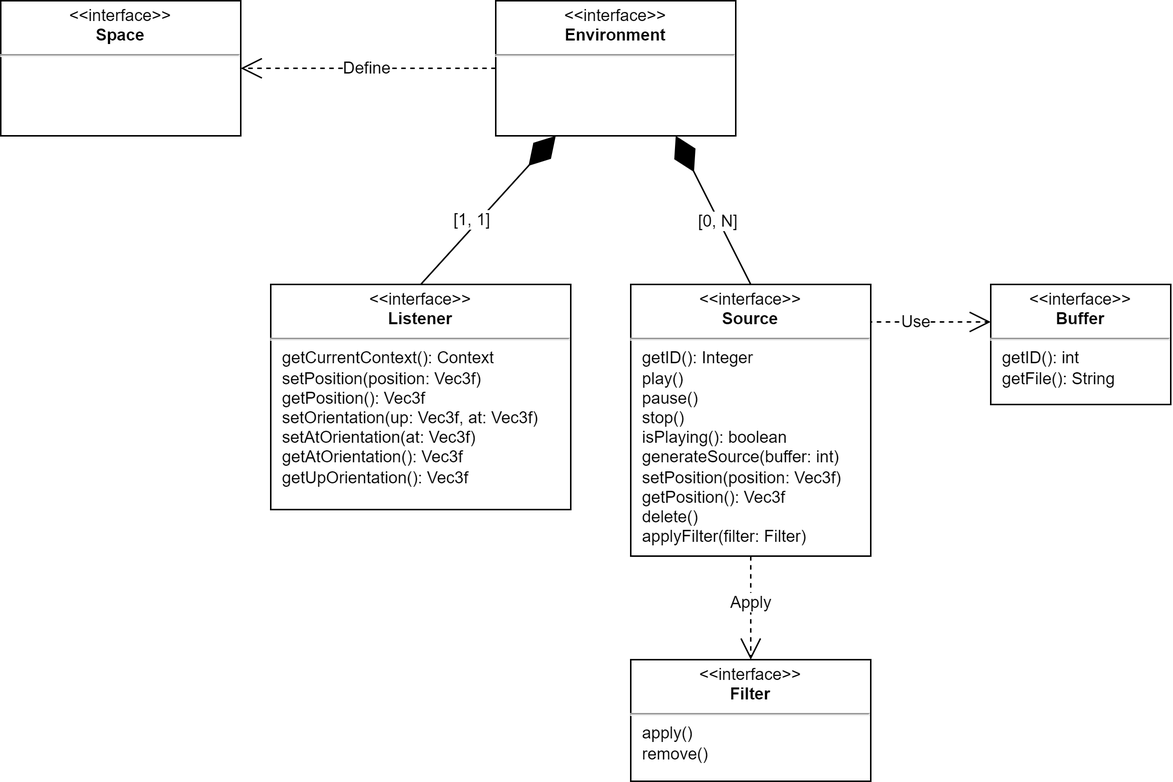
Above: doc/report/LaTeX/img/analysis.png in nmusso/OOP21-saudio-sim (draw.io), before the change. Source tidied: cells renumbered, new cells last; positions are measured from the earlier drawing's top-left corner, leaving out a move shared by most shapes. The source it was exported from:
```xml
<mxGraphModel>
  <root>
    <mxCell id="0" />
    <mxCell id="1" parent="0" />
    <mxCell id="2" style="endArrow=diamondThin;endFill=1;endSize=24;html=1;rounded=0;exitX=0.5;exitY=0;exitDx=0;exitDy=0;entryX=0.75;entryY=1;entryDx=0;entryDy=0;" parent="1" edge="1" source="9" target="14">
      <mxGeometry relative="1" as="geometry" />
    </mxCell>
    <mxCell id="3" value="[0, N]" style="edgeLabel;html=1;align=center;verticalAlign=middle;" parent="2" vertex="1">
      <mxGeometry x="-0.43" y="1" relative="1" as="geometry">
        <mxPoint x="-8" y="-15" as="offset" />
      </mxGeometry>
    </mxCell>
    <mxCell id="4" style="endArrow=diamondThin;endFill=1;endSize=24;html=1;rounded=0;exitX=0.5;exitY=0;exitDx=0;exitDy=0;entryX=0.25;entryY=1;entryDx=0;entryDy=0;" parent="1" edge="1" source="10" target="14">
      <mxGeometry relative="1" as="geometry" />
    </mxCell>
    <mxCell id="5" value="[1, 1]" style="edgeLabel;html=1;align=center;verticalAlign=middle;" parent="4" vertex="1">
      <mxGeometry x="-0.23" y="-1" relative="1" as="geometry">
        <mxPoint x="-2" y="-6" as="offset" />
      </mxGeometry>
    </mxCell>
    <mxCell id="6" value="Use" style="endArrow=open;endSize=12;dashed=1;html=1;rounded=0;exitX=1;exitY=0.5;exitDx=0;exitDy=0;entryX=0;entryY=0.5;entryDx=0;entryDy=0;" parent="1" edge="1">
      <mxGeometry relative="1" as="geometry">
        <mxPoint x="560" y="214" as="sourcePoint" />
        <mxPoint x="660" y="214" as="targetPoint" />
      </mxGeometry>
    </mxCell>
    <mxCell id="7" value="Apply" style="endArrow=open;endSize=12;dashed=1;html=1;rounded=0;exitX=0.5;exitY=1;exitDx=0;exitDy=0;entryX=0.5;entryY=0;entryDx=0;entryDy=0;" parent="1" edge="1" source="9" target="11">
      <mxGeometry x="-0.09" relative="1" as="geometry" />
    </mxCell>
    <mxCell id="8" value="Define" style="endArrow=open;endSize=12;dashed=1;html=1;rounded=0;exitX=0;exitY=0.5;exitDx=0;exitDy=0;entryX=1;entryY=0.5;entryDx=0;entryDy=0;" parent="1" edge="1" source="14" target="13">
      <mxGeometry relative="1" as="geometry" />
    </mxCell>
    <mxCell id="9" value="&lt;p style=&quot;margin: 4px 0px 0px ; text-align: center ; font-size: 11px&quot;&gt;&amp;lt;&amp;lt;interface&amp;gt;&amp;gt;&lt;br style=&quot;font-size: 11px&quot;&gt;&lt;b style=&quot;font-size: 11px&quot;&gt;Source&lt;/b&gt;&lt;/p&gt;&lt;hr style=&quot;font-size: 11px&quot;&gt;&lt;p style=&quot;margin: 0px 0px 0px 8px ; font-size: 11px&quot;&gt;getID(): Integer&lt;/p&gt;&lt;p style=&quot;margin: 0px 0px 0px 8px ; font-size: 11px&quot;&gt;play()&lt;/p&gt;&lt;p style=&quot;margin: 0px 0px 0px 8px ; font-size: 11px&quot;&gt;pause()&lt;/p&gt;&lt;p style=&quot;margin: 0px 0px 0px 8px ; font-size: 11px&quot;&gt;stop()&lt;/p&gt;&lt;p style=&quot;margin: 0px 0px 0px 8px ; font-size: 11px&quot;&gt;isPlaying(): boolean&lt;/p&gt;&lt;p style=&quot;margin: 0px 0px 0px 8px ; font-size: 11px&quot;&gt;generateSource(buffer: int)&lt;/p&gt;&lt;p style=&quot;margin: 0px 0px 0px 8px ; font-size: 11px&quot;&gt;setPosition(position: Vec3f)&lt;/p&gt;&lt;p style=&quot;margin: 0px 0px 0px 8px ; font-size: 11px&quot;&gt;getPosition(): Vec3f&lt;/p&gt;&lt;p style=&quot;margin: 0px 0px 0px 8px ; font-size: 11px&quot;&gt;delete()&lt;/p&gt;&lt;p style=&quot;margin: 0px 0px 0px 8px ; font-size: 11px&quot;&gt;applyFilter(filter: Filter)&lt;/p&gt;" style="verticalAlign=top;align=left;overflow=fill;fontSize=11;fontFamily=Helvetica;html=1;" parent="1" vertex="1">
      <mxGeometry x="420" y="189" width="160" height="181" as="geometry" />
    </mxCell>
    <mxCell id="10" value="&lt;p style=&quot;margin: 4px 0px 0px; text-align: center; font-size: 11px;&quot;&gt;&amp;lt;&amp;lt;interface&amp;gt;&amp;gt;&lt;br style=&quot;font-size: 11px;&quot;&gt;&lt;b style=&quot;font-size: 11px;&quot;&gt;Listener&lt;/b&gt;&lt;/p&gt;&lt;hr style=&quot;font-size: 11px;&quot;&gt;&lt;p style=&quot;margin: 0px 0px 0px 8px; font-size: 11px;&quot;&gt;getCurrentContext(): Context&lt;br style=&quot;font-size: 11px;&quot;&gt;setPosition(position: Vec3f)&lt;/p&gt;&lt;p style=&quot;margin: 0px 0px 0px 8px; font-size: 11px;&quot;&gt;getPosition(): Vec3f&lt;/p&gt;&lt;p style=&quot;margin: 0px 0px 0px 8px; font-size: 11px;&quot;&gt;setOrientation(up: Vec3f, at: Vec3f)&lt;/p&gt;&lt;p style=&quot;margin: 0px 0px 0px 8px; font-size: 11px;&quot;&gt;setAtOrientation(at: Vec3f)&lt;/p&gt;&lt;p style=&quot;margin: 0px 0px 0px 8px; font-size: 11px;&quot;&gt;getAtOrientation(): Vec3f&lt;/p&gt;&lt;p style=&quot;margin: 0px 0px 0px 8px; font-size: 11px;&quot;&gt;getUpOrientation(): Vec3f&lt;/p&gt;&lt;p style=&quot;margin: 0px 0px 0px 8px; font-size: 11px;&quot;&gt;&lt;br style=&quot;font-size: 11px;&quot;&gt;&lt;/p&gt;" style="verticalAlign=top;align=left;overflow=fill;fontSize=11;fontFamily=Helvetica;html=1;" parent="1" vertex="1">
      <mxGeometry x="180" y="189" width="200" height="150" as="geometry" />
    </mxCell>
    <mxCell id="11" value="&lt;p style=&quot;margin: 4px 0px 0px; text-align: center; font-size: 11px;&quot;&gt;&amp;lt;&amp;lt;interface&amp;gt;&amp;gt;&lt;br style=&quot;font-size: 11px;&quot;&gt;&lt;b style=&quot;font-size: 11px;&quot;&gt;Filter&lt;/b&gt;&lt;/p&gt;&lt;hr style=&quot;font-size: 11px;&quot;&gt;&lt;p style=&quot;margin: 0px 0px 0px 8px; font-size: 11px;&quot;&gt;apply()&lt;/p&gt;&lt;p style=&quot;margin: 0px 0px 0px 8px; font-size: 11px;&quot;&gt;remove()&lt;/p&gt;" style="verticalAlign=top;align=left;overflow=fill;fontSize=11;fontFamily=Helvetica;html=1;" parent="1" vertex="1">
      <mxGeometry x="420" y="439" width="160" height="81" as="geometry" />
    </mxCell>
    <mxCell id="12" value="&lt;p style=&quot;margin: 4px 0px 0px; text-align: center; font-size: 11px;&quot;&gt;&amp;lt;&amp;lt;interface&amp;gt;&amp;gt;&lt;br style=&quot;font-size: 11px;&quot;&gt;&lt;span style=&quot;font-weight: bold; font-size: 11px;&quot;&gt;Buffer&lt;/span&gt;&lt;/p&gt;&lt;hr style=&quot;font-size: 11px;&quot;&gt;&lt;p style=&quot;margin: 0px 0px 0px 8px; font-size: 11px;&quot;&gt;getID(): int&lt;/p&gt;&lt;p style=&quot;margin: 0px 0px 0px 8px; font-size: 11px;&quot;&gt;getFile(): String&lt;/p&gt;" style="verticalAlign=top;align=left;overflow=fill;fontSize=11;fontFamily=Helvetica;html=1;" parent="1" vertex="1">
      <mxGeometry x="660" y="189" width="120" height="80" as="geometry" />
    </mxCell>
    <mxCell id="13" value="&lt;p style=&quot;margin: 4px 0px 0px; text-align: center; font-size: 11px;&quot;&gt;&amp;lt;&amp;lt;interface&amp;gt;&amp;gt;&lt;br style=&quot;font-size: 11px;&quot;&gt;&lt;b style=&quot;font-size: 11px;&quot;&gt;Space&lt;/b&gt;&lt;/p&gt;&lt;hr style=&quot;font-size: 11px;&quot;&gt;&lt;p style=&quot;margin: 0px 0px 0px 8px; font-size: 11px;&quot;&gt;&lt;br style=&quot;font-size: 11px;&quot;&gt;&lt;/p&gt;" style="verticalAlign=top;align=left;overflow=fill;fontSize=11;fontFamily=Helvetica;html=1;" parent="1" vertex="1">
      <mxGeometry width="160" height="90" as="geometry" />
    </mxCell>
    <mxCell id="14" value="&lt;p style=&quot;margin: 4px 0px 0px; text-align: center; font-size: 11px;&quot;&gt;&amp;lt;&amp;lt;interface&amp;gt;&amp;gt;&lt;br style=&quot;font-size: 11px;&quot;&gt;&lt;b style=&quot;font-size: 11px;&quot;&gt;Environment&lt;/b&gt;&lt;/p&gt;&lt;hr style=&quot;font-size: 11px;&quot;&gt;&lt;p style=&quot;margin: 0px 0px 0px 8px; font-size: 11px;&quot;&gt;&lt;br style=&quot;font-size: 11px;&quot;&gt;&lt;/p&gt;" style="verticalAlign=top;align=left;overflow=fill;fontSize=11;fontFamily=Helvetica;html=1;" parent="1" vertex="1">
      <mxGeometry x="330" width="160" height="90" as="geometry" />
    </mxCell>
  </root>
</mxGraphModel>
```
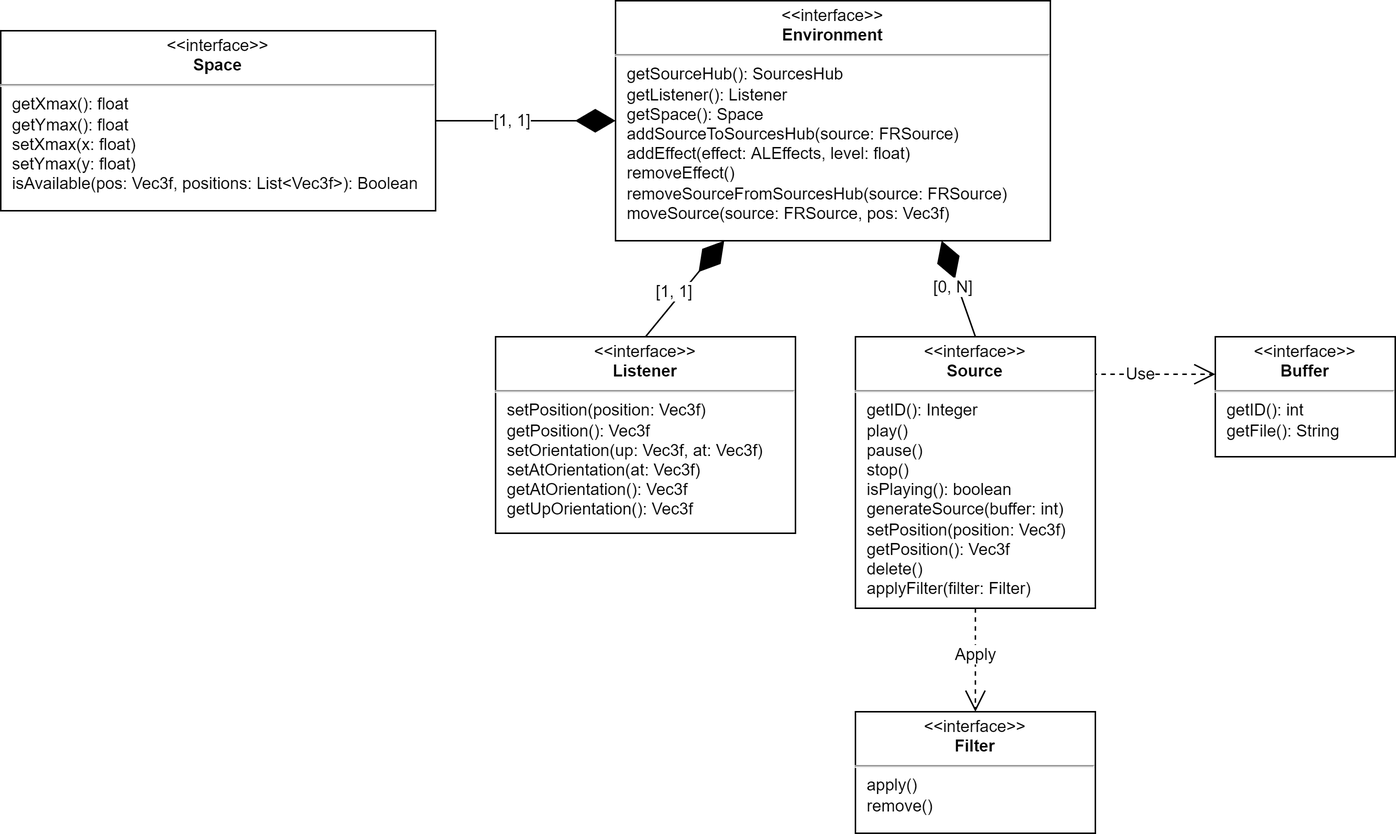
Above is the later version.

Diff of the diagram source:
```diff
@@ -27,14 +27,11 @@
     <mxCell id="7" value="Apply" style="endArrow=open;endSize=12;dashed=1;html=1;rounded=0;exitX=0.5;exitY=1;exitDx=0;exitDy=0;entryX=0.5;entryY=0;entryDx=0;entryDy=0;" parent="1" edge="1" source="9" target="11">
       <mxGeometry x="-0.09" relative="1" as="geometry" />
     </mxCell>
-    <mxCell id="8" value="Define" style="endArrow=open;endSize=12;dashed=1;html=1;rounded=0;exitX=0;exitY=0.5;exitDx=0;exitDy=0;entryX=1;entryY=0.5;entryDx=0;entryDy=0;" parent="1" edge="1" source="14" target="13">
-      <mxGeometry relative="1" as="geometry" />
-    </mxCell>
     <mxCell id="9" value="&lt;p style=&quot;margin: 4px 0px 0px ; text-align: center ; font-size: 11px&quot;&gt;&amp;lt;&amp;lt;interface&amp;gt;&amp;gt;&lt;br style=&quot;font-size: 11px&quot;&gt;&lt;b style=&quot;font-size: 11px&quot;&gt;Source&lt;/b&gt;&lt;/p&gt;&lt;hr style=&quot;font-size: 11px&quot;&gt;&lt;p style=&quot;margin: 0px 0px 0px 8px ; font-size: 11px&quot;&gt;getID(): Integer&lt;/p&gt;&lt;p style=&quot;margin: 0px 0px 0px 8px ; font-size: 11px&quot;&gt;play()&lt;/p&gt;&lt;p style=&quot;margin: 0px 0px 0px 8px ; font-size: 11px&quot;&gt;pause()&lt;/p&gt;&lt;p style=&quot;margin: 0px 0px 0px 8px ; font-size: 11px&quot;&gt;stop()&lt;/p&gt;&lt;p style=&quot;margin: 0px 0px 0px 8px ; font-size: 11px&quot;&gt;isPlaying(): boolean&lt;/p&gt;&lt;p style=&quot;margin: 0px 0px 0px 8px ; font-size: 11px&quot;&gt;generateSource(buffer: int)&lt;/p&gt;&lt;p style=&quot;margin: 0px 0px 0px 8px ; font-size: 11px&quot;&gt;setPosition(position: Vec3f)&lt;/p&gt;&lt;p style=&quot;margin: 0px 0px 0px 8px ; font-size: 11px&quot;&gt;getPosition(): Vec3f&lt;/p&gt;&lt;p style=&quot;margin: 0px 0px 0px 8px ; font-size: 11px&quot;&gt;delete()&lt;/p&gt;&lt;p style=&quot;margin: 0px 0px 0px 8px ; font-size: 11px&quot;&gt;applyFilter(filter: Filter)&lt;/p&gt;" style="verticalAlign=top;align=left;overflow=fill;fontSize=11;fontFamily=Helvetica;html=1;" parent="1" vertex="1">
       <mxGeometry x="420" y="189" width="160" height="181" as="geometry" />
     </mxCell>
-    <mxCell id="10" value="&lt;p style=&quot;margin: 4px 0px 0px; text-align: center; font-size: 11px;&quot;&gt;&amp;lt;&amp;lt;interface&amp;gt;&amp;gt;&lt;br style=&quot;font-size: 11px;&quot;&gt;&lt;b style=&quot;font-size: 11px;&quot;&gt;Listener&lt;/b&gt;&lt;/p&gt;&lt;hr style=&quot;font-size: 11px;&quot;&gt;&lt;p style=&quot;margin: 0px 0px 0px 8px; font-size: 11px;&quot;&gt;getCurrentContext(): Context&lt;br style=&quot;font-size: 11px;&quot;&gt;setPosition(position: Vec3f)&lt;/p&gt;&lt;p style=&quot;margin: 0px 0px 0px 8px; font-size: 11px;&quot;&gt;getPosition(): Vec3f&lt;/p&gt;&lt;p style=&quot;margin: 0px 0px 0px 8px; font-size: 11px;&quot;&gt;setOrientation(up: Vec3f, at: Vec3f)&lt;/p&gt;&lt;p style=&quot;margin: 0px 0px 0px 8px; font-size: 11px;&quot;&gt;setAtOrientation(at: Vec3f)&lt;/p&gt;&lt;p style=&quot;margin: 0px 0px 0px 8px; font-size: 11px;&quot;&gt;getAtOrientation(): Vec3f&lt;/p&gt;&lt;p style=&quot;margin: 0px 0px 0px 8px; font-size: 11px;&quot;&gt;getUpOrientation(): Vec3f&lt;/p&gt;&lt;p style=&quot;margin: 0px 0px 0px 8px; font-size: 11px;&quot;&gt;&lt;br style=&quot;font-size: 11px;&quot;&gt;&lt;/p&gt;" style="verticalAlign=top;align=left;overflow=fill;fontSize=11;fontFamily=Helvetica;html=1;" parent="1" vertex="1">
-      <mxGeometry x="180" y="189" width="200" height="150" as="geometry" />
+    <mxCell id="10" value="&lt;p style=&quot;margin: 4px 0px 0px ; text-align: center ; font-size: 11px&quot;&gt;&amp;lt;&amp;lt;interface&amp;gt;&amp;gt;&lt;br style=&quot;font-size: 11px&quot;&gt;&lt;b style=&quot;font-size: 11px&quot;&gt;Listener&lt;/b&gt;&lt;/p&gt;&lt;hr style=&quot;font-size: 11px&quot;&gt;&lt;p style=&quot;margin: 0px 0px 0px 8px ; font-size: 11px&quot;&gt;setPosition(position: Vec3f)&lt;/p&gt;&lt;p style=&quot;margin: 0px 0px 0px 8px ; font-size: 11px&quot;&gt;getPosition(): Vec3f&lt;/p&gt;&lt;p style=&quot;margin: 0px 0px 0px 8px ; font-size: 11px&quot;&gt;setOrientation(up: Vec3f, at: Vec3f)&lt;/p&gt;&lt;p style=&quot;margin: 0px 0px 0px 8px ; font-size: 11px&quot;&gt;setAtOrientation(at: Vec3f)&lt;/p&gt;&lt;p style=&quot;margin: 0px 0px 0px 8px ; font-size: 11px&quot;&gt;getAtOrientation(): Vec3f&lt;/p&gt;&lt;p style=&quot;margin: 0px 0px 0px 8px ; font-size: 11px&quot;&gt;getUpOrientation(): Vec3f&lt;/p&gt;&lt;p style=&quot;margin: 0px 0px 0px 8px ; font-size: 11px&quot;&gt;&lt;br style=&quot;font-size: 11px&quot;&gt;&lt;/p&gt;" style="verticalAlign=top;align=left;overflow=fill;fontSize=11;fontFamily=Helvetica;html=1;" parent="1" vertex="1">
+      <mxGeometry x="180" y="189" width="200" height="131" as="geometry" />
     </mxCell>
     <mxCell id="11" value="&lt;p style=&quot;margin: 4px 0px 0px; text-align: center; font-size: 11px;&quot;&gt;&amp;lt;&amp;lt;interface&amp;gt;&amp;gt;&lt;br style=&quot;font-size: 11px;&quot;&gt;&lt;b style=&quot;font-size: 11px;&quot;&gt;Filter&lt;/b&gt;&lt;/p&gt;&lt;hr style=&quot;font-size: 11px;&quot;&gt;&lt;p style=&quot;margin: 0px 0px 0px 8px; font-size: 11px;&quot;&gt;apply()&lt;/p&gt;&lt;p style=&quot;margin: 0px 0px 0px 8px; font-size: 11px;&quot;&gt;remove()&lt;/p&gt;" style="verticalAlign=top;align=left;overflow=fill;fontSize=11;fontFamily=Helvetica;html=1;" parent="1" vertex="1">
       <mxGeometry x="420" y="439" width="160" height="81" as="geometry" />
@@ -42,11 +39,19 @@
     <mxCell id="12" value="&lt;p style=&quot;margin: 4px 0px 0px; text-align: center; font-size: 11px;&quot;&gt;&amp;lt;&amp;lt;interface&amp;gt;&amp;gt;&lt;br style=&quot;font-size: 11px;&quot;&gt;&lt;span style=&quot;font-weight: bold; font-size: 11px;&quot;&gt;Buffer&lt;/span&gt;&lt;/p&gt;&lt;hr style=&quot;font-size: 11px;&quot;&gt;&lt;p style=&quot;margin: 0px 0px 0px 8px; font-size: 11px;&quot;&gt;getID(): int&lt;/p&gt;&lt;p style=&quot;margin: 0px 0px 0px 8px; font-size: 11px;&quot;&gt;getFile(): String&lt;/p&gt;" style="verticalAlign=top;align=left;overflow=fill;fontSize=11;fontFamily=Helvetica;html=1;" parent="1" vertex="1">
       <mxGeometry x="660" y="189" width="120" height="80" as="geometry" />
     </mxCell>
-    <mxCell id="13" value="&lt;p style=&quot;margin: 4px 0px 0px; text-align: center; font-size: 11px;&quot;&gt;&amp;lt;&amp;lt;interface&amp;gt;&amp;gt;&lt;br style=&quot;font-size: 11px;&quot;&gt;&lt;b style=&quot;font-size: 11px;&quot;&gt;Space&lt;/b&gt;&lt;/p&gt;&lt;hr style=&quot;font-size: 11px;&quot;&gt;&lt;p style=&quot;margin: 0px 0px 0px 8px; font-size: 11px;&quot;&gt;&lt;br style=&quot;font-size: 11px;&quot;&gt;&lt;/p&gt;" style="verticalAlign=top;align=left;overflow=fill;fontSize=11;fontFamily=Helvetica;html=1;" parent="1" vertex="1">
-      <mxGeometry width="160" height="90" as="geometry" />
+    <mxCell id="13" value="&lt;p style=&quot;margin: 4px 0px 0px ; text-align: center ; font-size: 11px&quot;&gt;&amp;lt;&amp;lt;interface&amp;gt;&amp;gt;&lt;br style=&quot;font-size: 11px&quot;&gt;&lt;b style=&quot;font-size: 11px&quot;&gt;Space&lt;/b&gt;&lt;/p&gt;&lt;hr style=&quot;font-size: 11px&quot;&gt;&lt;p style=&quot;margin: 0px 0px 0px 8px&quot;&gt;getXmax(): float&lt;/p&gt;&lt;p style=&quot;margin: 0px 0px 0px 8px&quot;&gt;getYmax(): float&lt;/p&gt;&lt;p style=&quot;margin: 0px 0px 0px 8px&quot;&gt;setXmax(x: float)&lt;/p&gt;&lt;p style=&quot;margin: 0px 0px 0px 8px&quot;&gt;setYmax(y: float)&lt;/p&gt;&lt;p style=&quot;margin: 0px 0px 0px 8px&quot;&gt;isAvailable(pos: Vec3f, positions: List&amp;lt;Vec3f&amp;gt;): Boolean&lt;/p&gt;" style="verticalAlign=top;align=left;overflow=fill;fontSize=11;fontFamily=Helvetica;html=1;" parent="1" vertex="1">
+      <mxGeometry x="-150" y="-15" width="290" height="120" as="geometry" />
     </mxCell>
-    <mxCell id="14" value="&lt;p style=&quot;margin: 4px 0px 0px; text-align: center; font-size: 11px;&quot;&gt;&amp;lt;&amp;lt;interface&amp;gt;&amp;gt;&lt;br style=&quot;font-size: 11px;&quot;&gt;&lt;b style=&quot;font-size: 11px;&quot;&gt;Environment&lt;/b&gt;&lt;/p&gt;&lt;hr style=&quot;font-size: 11px;&quot;&gt;&lt;p style=&quot;margin: 0px 0px 0px 8px; font-size: 11px;&quot;&gt;&lt;br style=&quot;font-size: 11px;&quot;&gt;&lt;/p&gt;" style="verticalAlign=top;align=left;overflow=fill;fontSize=11;fontFamily=Helvetica;html=1;" parent="1" vertex="1">
-      <mxGeometry x="330" width="160" height="90" as="geometry" />
+    <mxCell id="14" value="&lt;p style=&quot;margin: 4px 0px 0px ; text-align: center ; font-size: 11px&quot;&gt;&amp;lt;&amp;lt;interface&amp;gt;&amp;gt;&lt;br style=&quot;font-size: 11px&quot;&gt;&lt;b style=&quot;font-size: 11px&quot;&gt;Environment&lt;/b&gt;&lt;/p&gt;&lt;hr style=&quot;font-size: 11px&quot;&gt;&lt;p style=&quot;margin: 0px 0px 0px 8px&quot;&gt;getSourceHub(): SourcesHub&lt;/p&gt;&lt;p style=&quot;margin: 0px 0px 0px 8px&quot;&gt;getListener(): Listener&lt;/p&gt;&lt;p style=&quot;margin: 0px 0px 0px 8px&quot;&gt;getSpace(): Space&lt;/p&gt;&lt;p style=&quot;margin: 0px 0px 0px 8px&quot;&gt;addSourceToSourcesHub(source: FRSource)&lt;/p&gt;&lt;p style=&quot;margin: 0px 0px 0px 8px&quot;&gt;addEffect(effect: ALEffects, level: float)&lt;/p&gt;&lt;p style=&quot;margin: 0px 0px 0px 8px&quot;&gt;removeEffect()&lt;/p&gt;&lt;p style=&quot;margin: 0px 0px 0px 8px&quot;&gt;removeSourceFromSourcesHub(source: FRSource)&lt;/p&gt;&lt;p style=&quot;margin: 0px 0px 0px 8px&quot;&gt;moveSource(source: FRSource, pos: Vec3f)&lt;/p&gt;" style="verticalAlign=top;align=left;overflow=fill;fontSize=11;fontFamily=Helvetica;html=1;" parent="1" vertex="1">
+      <mxGeometry x="260" y="-35" width="290" height="160" as="geometry" />
     </mxCell>
+    <mxCell id="15" style="endArrow=diamondThin;endFill=1;endSize=24;html=1;rounded=0;exitX=1;exitY=0.5;exitDx=0;exitDy=0;entryX=0;entryY=0.5;entryDx=0;entryDy=0;" parent="1" edge="1" source="13" target="14">
+      <mxGeometry relative="1" as="geometry" />
+    </mxCell>
+    <mxCell id="16" value="[1, 1]" style="edgeLabel;html=1;align=center;verticalAlign=middle;" parent="15" vertex="1">
+      <mxGeometry x="-0.23" y="-1" relative="1" as="geometry">
+        <mxPoint x="4" y="-1" as="offset" />
+      </mxGeometry>
+    </mxCell>
   </root>
 </mxGraphModel>
```
